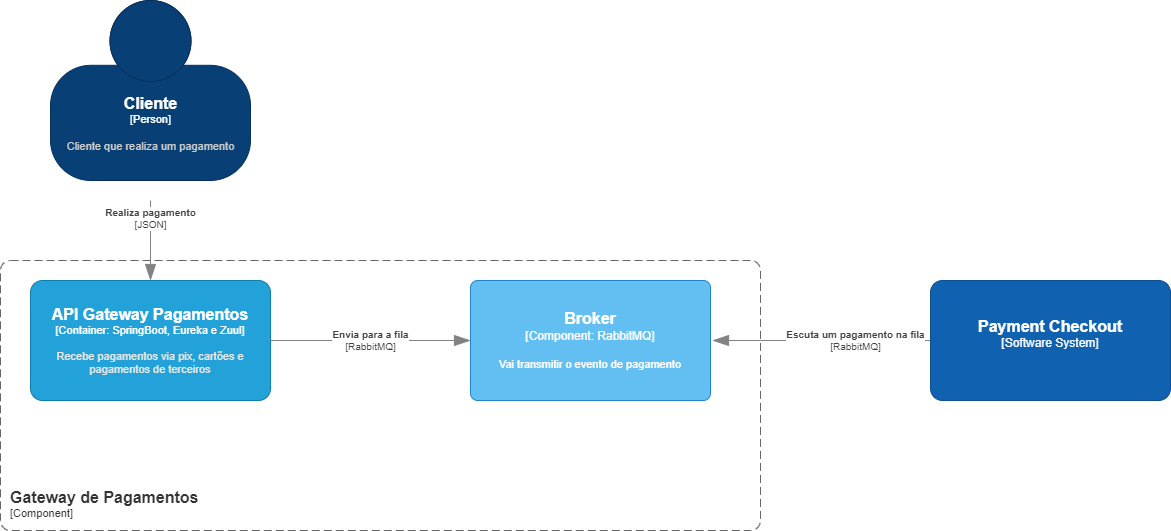
This is Container Gateway Pagamentos.drawio.png from felipesalvadordev/payment-system-architecture-C4, a draw.io export, as it was before one commit. Source tidied: cells renumbered, new cells last; positions are measured from the earlier drawing's top-left corner, leaving out a move shared by most shapes.
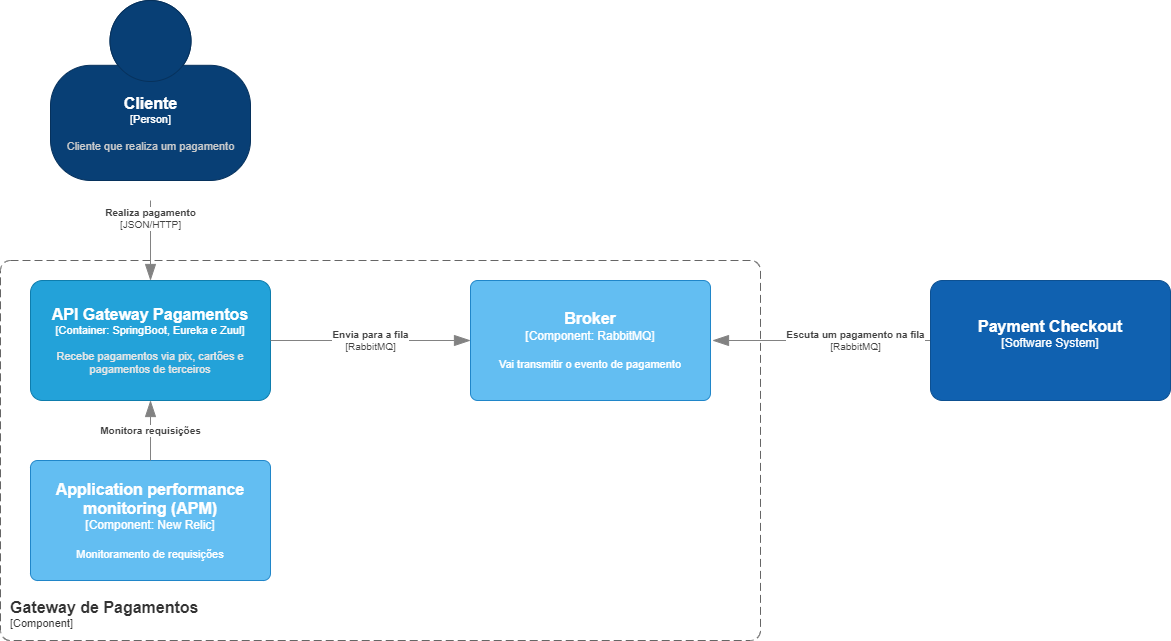
Above is the later version.

Change to the diagram source:
```diff
@@ -14,10 +14,10 @@
     </object>
     <object id="4" label="&lt;font style=&quot;font-size: 16px&quot;&gt;&lt;b&gt;&lt;div style=&quot;text-align: left&quot;&gt;%c4Name%&lt;/div&gt;&lt;/b&gt;&lt;/font&gt;&lt;div style=&quot;text-align: left&quot;&gt;[%c4Application%]&lt;/div&gt;" c4Application="Component" c4Name="Gateway de Pagamentos" c4Type="ContainerScopeBoundary" placeholders="1">
       <mxCell style="rounded=1;fontSize=11;whiteSpace=wrap;html=1;dashed=1;arcSize=20;fillColor=none;strokeColor=#666666;fontColor=#333333;labelBackgroundColor=none;align=left;verticalAlign=bottom;labelBorderColor=none;spacingTop=0;spacing=10;dashPattern=8 4;perimeter=rectanglePerimeter;noLabel=0;labelPadding=0;absoluteArcSize=1;" parent="1" vertex="1">
-        <mxGeometry y="260" width="760" height="270" as="geometry" />
+        <mxGeometry y="260" width="760" height="380" as="geometry" />
       </mxCell>
     </object>
-    <object id="5" label="&lt;div style=&quot;text-align: left&quot;&gt;&lt;div style=&quot;text-align: center&quot;&gt;&lt;b&gt;%c4Description%&lt;/b&gt;&lt;/div&gt;&lt;div style=&quot;text-align: center&quot;&gt;[%c4Technology%]&lt;/div&gt;&lt;/div&gt;" c4Description="Realiza pagamento" c4Technology="JSON" c4Type="Relationship" placeholders="1">
+    <object id="5" label="&lt;div style=&quot;text-align: left&quot;&gt;&lt;div style=&quot;text-align: center&quot;&gt;&lt;b&gt;%c4Description%&lt;/b&gt;&lt;/div&gt;&lt;div style=&quot;text-align: center&quot;&gt;[%c4Technology%]&lt;/div&gt;&lt;/div&gt;" c4Description="Realiza pagamento" c4Technology="JSON/HTTP" c4Type="Relationship" placeholders="1">
       <mxCell style="endArrow=blockThin;html=1;fontSize=10;fontColor=#404040;strokeWidth=1;endFill=1;strokeColor=#828282;elbow=vertical;endSize=14;startSize=14;jumpStyle=arc;jumpSize=16;rounded=0;edgeStyle=orthogonalEdgeStyle;entryX=0.5;entryY=0;entryDx=0;entryDy=0;entryPerimeter=0;" parent="1" edge="1" target="3">
         <mxGeometry x="-0.56" relative="1" as="geometry">
           <mxPoint x="150" y="200" as="sourcePoint" />
@@ -50,5 +50,15 @@
         <mxGeometry x="930" y="280" width="240" height="120" as="geometry" />
       </mxCell>
     </object>
+    <object id="10" label="&lt;font style=&quot;font-size: 16px&quot;&gt;&lt;b&gt;%c4Name%&lt;/b&gt;&lt;/font&gt;&lt;div&gt;[%c4Type%: %c4Technology%]&lt;/div&gt;&lt;br&gt;&lt;div&gt;&lt;font style=&quot;font-size: 11px&quot;&gt;%c4Description%&lt;/font&gt;&lt;/div&gt;" c4Description="Monitoramento de requisições" c4Name="Application performance monitoring (APM)" c4Technology="New Relic" c4Type="Component" placeholders="1">
+      <mxCell style="rounded=1;whiteSpace=wrap;html=1;labelBackgroundColor=none;fillColor=#63BEF2;fontColor=#ffffff;align=center;arcSize=6;strokeColor=#2086C9;points=[[0.25,0,0],[0.5,0,0],[0.75,0,0],[1,0.25,0],[1,0.5,0],[1,0.75,0],[0.75,1,0],[0.5,1,0],[0.25,1,0],[0,0.75,0],[0,0.5,0],[0,0.25,0]];" parent="1" vertex="1">
+        <mxGeometry x="30" y="460" width="240" height="120" as="geometry" />
+      </mxCell>
+    </object>
+    <object id="11" label="&lt;div style=&quot;text-align: left&quot;&gt;&lt;div style=&quot;text-align: center&quot;&gt;&lt;b&gt;%c4Description%&lt;/b&gt;&lt;/div&gt;" c4Description="Monitora requisições" c4Type="Relationship" placeholders="1">
+      <mxCell style="endArrow=blockThin;html=1;fontSize=10;fontColor=#404040;strokeWidth=1;endFill=1;strokeColor=#828282;elbow=vertical;endSize=14;startSize=14;jumpStyle=arc;jumpSize=16;rounded=0;edgeStyle=orthogonalEdgeStyle;entryX=0.5;entryY=1;entryDx=0;entryDy=0;entryPerimeter=0;" parent="1" edge="1" source="10" target="3">
+        <mxGeometry relative="1" as="geometry" />
+      </mxCell>
+    </object>
   </root>
 </mxGraphModel>
```
